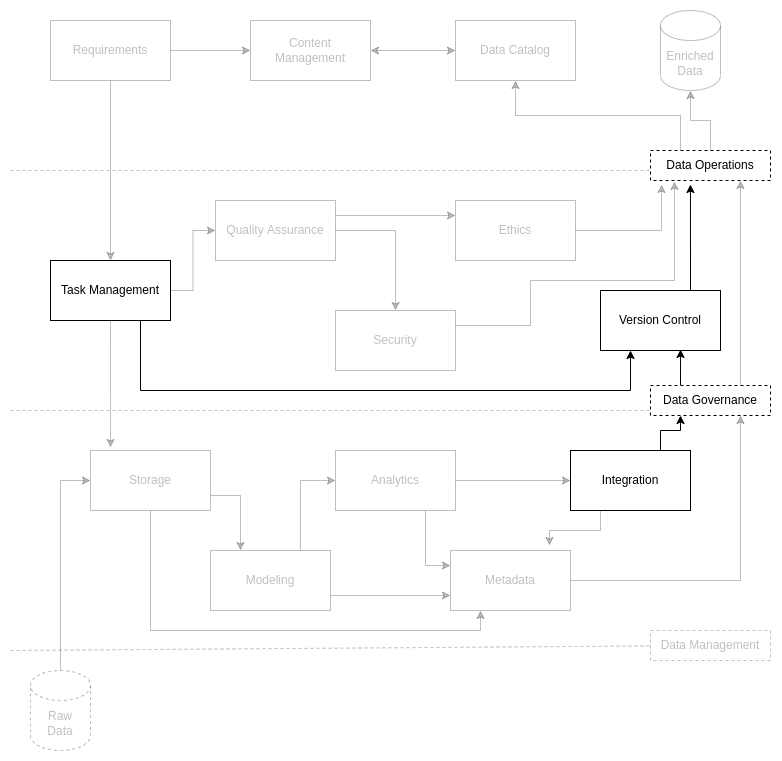
Earlier version of the draw.io export docs/source/static/images/do_overview_vcs.png (CertusGroup/ciutshi). Source tidied: cells renumbered, new cells last; positions are measured from the earlier drawing's top-left corner, leaving out a move shared by most shapes.
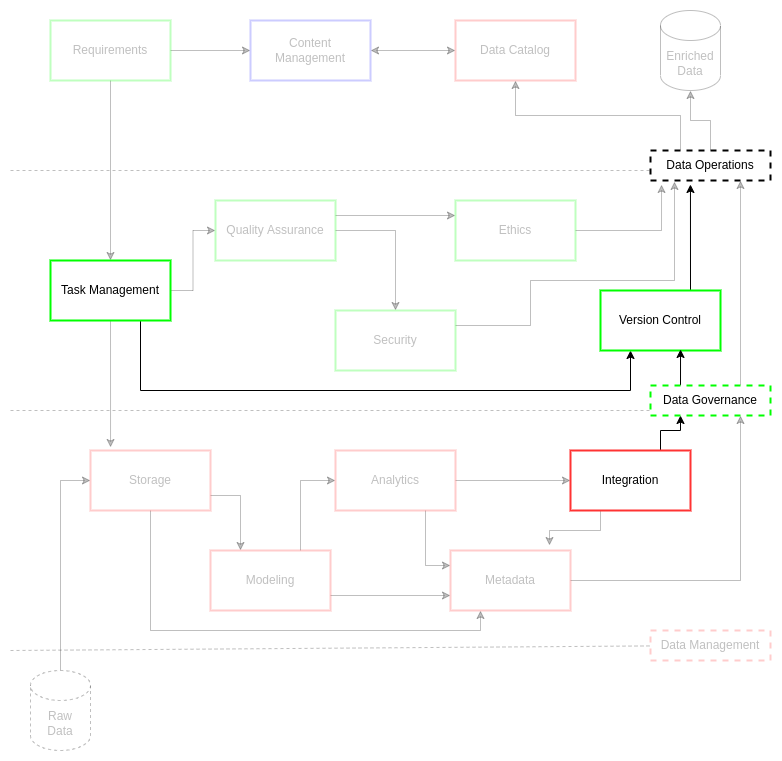
The same diagram one commit later.

Change to the diagram source:
```diff
@@ -20,7 +20,7 @@
     <mxCell id="5" style="edgeStyle=orthogonalEdgeStyle;rounded=0;jettySize=auto;html=1;exitX=0.5;exitY=1;exitDx=0;exitDy=0;entryX=0.25;entryY=1;entryDx=0;entryDy=0;opacity=25;textOpacity=25;" parent="1" edge="1" source="6" target="14">
       <mxGeometry relative="1" as="geometry" />
     </mxCell>
-    <mxCell id="6" value="Storage" style="rounded=0;whiteSpace=wrap;html=1;opacity=25;textOpacity=25;" parent="1" vertex="1">
+    <mxCell id="6" value="Storage" style="rounded=0;whiteSpace=wrap;html=1;strokeWidth=2;strokeColor=#FF3333;opacity=25;textOpacity=25;" parent="1" vertex="1">
       <mxGeometry x="80" y="440" width="120" height="60" as="geometry" />
     </mxCell>
     <mxCell id="7" style="edgeStyle=orthogonalEdgeStyle;rounded=0;jettySize=auto;html=1;exitX=0.75;exitY=0;exitDx=0;exitDy=0;entryX=0;entryY=0.5;entryDx=0;entryDy=0;opacity=25;textOpacity=25;" parent="1" edge="1" source="9" target="12">
@@ -29,7 +29,7 @@
     <mxCell id="8" style="edgeStyle=orthogonalEdgeStyle;rounded=0;jettySize=auto;html=1;exitX=1;exitY=0.75;exitDx=0;exitDy=0;entryX=0;entryY=0.75;entryDx=0;entryDy=0;opacity=25;textOpacity=25;" parent="1" edge="1" source="9" target="14">
       <mxGeometry relative="1" as="geometry" />
     </mxCell>
-    <mxCell id="9" value="Modeling" style="rounded=0;whiteSpace=wrap;html=1;opacity=25;textOpacity=25;" parent="1" vertex="1">
+    <mxCell id="9" value="Modeling" style="rounded=0;whiteSpace=wrap;html=1;strokeWidth=2;strokeColor=#FF3333;opacity=25;textOpacity=25;" parent="1" vertex="1">
       <mxGeometry x="200" y="540" width="120" height="60" as="geometry" />
     </mxCell>
     <mxCell id="10" style="edgeStyle=orthogonalEdgeStyle;rounded=0;jettySize=auto;html=1;exitX=1;exitY=0.5;exitDx=0;exitDy=0;entryX=0;entryY=0.5;entryDx=0;entryDy=0;opacity=25;textOpacity=25;" parent="1" edge="1" source="12" target="17">
@@ -38,13 +38,13 @@
     <mxCell id="11" style="edgeStyle=orthogonalEdgeStyle;rounded=0;jettySize=auto;html=1;exitX=0.75;exitY=1;exitDx=0;exitDy=0;entryX=0;entryY=0.25;entryDx=0;entryDy=0;opacity=25;textOpacity=25;" parent="1" edge="1" source="12" target="14">
       <mxGeometry relative="1" as="geometry" />
     </mxCell>
-    <mxCell id="12" value="Analytics" style="rounded=0;whiteSpace=wrap;html=1;opacity=25;textOpacity=25;" parent="1" vertex="1">
+    <mxCell id="12" value="Analytics" style="rounded=0;whiteSpace=wrap;html=1;strokeWidth=2;strokeColor=#FF3333;opacity=25;textOpacity=25;" parent="1" vertex="1">
       <mxGeometry x="325" y="440" width="120" height="60" as="geometry" />
     </mxCell>
     <mxCell id="13" style="edgeStyle=orthogonalEdgeStyle;rounded=0;jettySize=auto;html=1;exitX=1;exitY=0.5;exitDx=0;exitDy=0;entryX=0.75;entryY=1;entryDx=0;entryDy=0;opacity=25;textOpacity=25;" parent="1" edge="1" source="14" target="38">
       <mxGeometry relative="1" as="geometry" />
     </mxCell>
-    <mxCell id="14" value="Metadata" style="rounded=0;whiteSpace=wrap;html=1;opacity=25;textOpacity=25;" parent="1" vertex="1">
+    <mxCell id="14" value="Metadata" style="rounded=0;whiteSpace=wrap;html=1;strokeWidth=2;strokeColor=#FF3333;opacity=25;textOpacity=25;" parent="1" vertex="1">
       <mxGeometry x="440" y="540" width="120" height="60" as="geometry" />
     </mxCell>
     <mxCell id="15" style="edgeStyle=orthogonalEdgeStyle;rounded=0;jettySize=auto;html=1;exitX=0.25;exitY=1;exitDx=0;exitDy=0;entryX=0.825;entryY=-0.083;entryDx=0;entryDy=0;entryPerimeter=0;opacity=25;textOpacity=25;" parent="1" edge="1" source="17" target="14">
@@ -53,10 +53,10 @@
     <mxCell id="16" style="edgeStyle=orthogonalEdgeStyle;rounded=0;jettySize=auto;html=1;exitX=0.75;exitY=0;exitDx=0;exitDy=0;entryX=0.25;entryY=1;entryDx=0;entryDy=0;" parent="1" edge="1" source="17" target="38">
       <mxGeometry relative="1" as="geometry" />
     </mxCell>
-    <mxCell id="17" value="Integration" style="rounded=0;whiteSpace=wrap;html=1;" parent="1" vertex="1">
+    <mxCell id="17" value="Integration" style="rounded=0;whiteSpace=wrap;html=1;strokeWidth=2;strokeColor=#FF3333;" parent="1" vertex="1">
       <mxGeometry x="560" y="440" width="120" height="60" as="geometry" />
     </mxCell>
-    <mxCell id="18" value="Data Catalog&lt;br&gt;" style="rounded=0;whiteSpace=wrap;html=1;opacity=25;textOpacity=25;" parent="1" vertex="1">
+    <mxCell id="18" value="Data Catalog&lt;br&gt;" style="rounded=0;whiteSpace=wrap;html=1;strokeWidth=2;strokeColor=#FF3333;opacity=25;textOpacity=25;" parent="1" vertex="1">
       <mxGeometry x="445" y="10" width="120" height="60" as="geometry" />
     </mxCell>
     <mxCell id="19" style="edgeStyle=orthogonalEdgeStyle;rounded=0;jettySize=auto;html=1;exitX=0.5;exitY=1;exitDx=0;exitDy=0;entryX=0.5;entryY=0;entryDx=0;entryDy=0;opacity=25;textOpacity=25;" parent="1" edge="1" source="21" target="25">
@@ -65,7 +65,7 @@
     <mxCell id="20" style="edgeStyle=orthogonalEdgeStyle;rounded=0;jettySize=auto;html=1;exitX=1;exitY=0.5;exitDx=0;exitDy=0;entryX=0;entryY=0.5;entryDx=0;entryDy=0;opacity=25;textOpacity=25;" parent="1" edge="1" source="21" target="48">
       <mxGeometry relative="1" as="geometry" />
     </mxCell>
-    <mxCell id="21" value="Requirements" style="rounded=0;whiteSpace=wrap;html=1;opacity=25;textOpacity=25;" parent="1" vertex="1">
+    <mxCell id="21" value="Requirements" style="rounded=0;whiteSpace=wrap;html=1;strokeColor=#00FF00;strokeWidth=2;opacity=25;textOpacity=25;" parent="1" vertex="1">
       <mxGeometry x="40" y="10" width="120" height="60" as="geometry" />
     </mxCell>
     <mxCell id="22" style="edgeStyle=orthogonalEdgeStyle;rounded=0;jettySize=auto;html=1;exitX=1;exitY=0.5;exitDx=0;exitDy=0;entryX=0;entryY=0.5;entryDx=0;entryDy=0;opacity=25;textOpacity=25;" parent="1" edge="1" source="25" target="28">
@@ -82,7 +82,7 @@
     <mxCell id="24" style="edgeStyle=orthogonalEdgeStyle;rounded=0;jettySize=auto;html=1;exitX=0.5;exitY=1;exitDx=0;exitDy=0;entryX=0.167;entryY=-0.05;entryDx=0;entryDy=0;entryPerimeter=0;opacity=25;textOpacity=25;" parent="1" edge="1" source="25" target="6">
       <mxGeometry relative="1" as="geometry" />
     </mxCell>
-    <mxCell id="25" value="Task Management" style="rounded=0;whiteSpace=wrap;html=1;" parent="1" vertex="1">
+    <mxCell id="25" value="Task Management" style="rounded=0;whiteSpace=wrap;html=1;strokeColor=#00FF00;strokeWidth=2;" parent="1" vertex="1">
       <mxGeometry x="40" y="250" width="120" height="60" as="geometry" />
     </mxCell>
     <mxCell id="26" style="edgeStyle=orthogonalEdgeStyle;rounded=0;jettySize=auto;html=1;exitX=1;exitY=0.5;exitDx=0;exitDy=0;entryX=0.5;entryY=0;entryDx=0;entryDy=0;opacity=25;textOpacity=25;" parent="1" edge="1" source="28" target="30">
@@ -91,7 +91,7 @@
     <mxCell id="27" style="edgeStyle=orthogonalEdgeStyle;rounded=0;jettySize=auto;html=1;exitX=1;exitY=0.25;exitDx=0;exitDy=0;entryX=0;entryY=0.25;entryDx=0;entryDy=0;opacity=25;textOpacity=25;" parent="1" edge="1" source="28" target="34">
       <mxGeometry relative="1" as="geometry" />
     </mxCell>
-    <mxCell id="28" value="Quality Assurance" style="rounded=0;whiteSpace=wrap;html=1;opacity=25;textOpacity=25;" parent="1" vertex="1">
+    <mxCell id="28" value="Quality Assurance" style="rounded=0;whiteSpace=wrap;html=1;strokeColor=#00FF00;strokeWidth=2;opacity=25;textOpacity=25;" parent="1" vertex="1">
       <mxGeometry x="205" y="190" width="120" height="60" as="geometry" />
     </mxCell>
     <mxCell id="29" style="edgeStyle=orthogonalEdgeStyle;rounded=0;jettySize=auto;html=1;exitX=1;exitY=0.25;exitDx=0;exitDy=0;entryX=0.2;entryY=1.033;entryDx=0;entryDy=0;entryPerimeter=0;opacity=25;textOpacity=25;" parent="1" edge="1" source="30" target="41">
@@ -103,19 +103,19 @@
         </Array>
       </mxGeometry>
     </mxCell>
-    <mxCell id="30" value="Security" style="rounded=0;whiteSpace=wrap;html=1;opacity=25;textOpacity=25;" parent="1" vertex="1">
+    <mxCell id="30" value="Security" style="rounded=0;whiteSpace=wrap;html=1;strokeColor=#00FF00;strokeWidth=2;opacity=25;textOpacity=25;" parent="1" vertex="1">
       <mxGeometry x="325" y="300" width="120" height="60" as="geometry" />
     </mxCell>
     <mxCell id="31" style="edgeStyle=orthogonalEdgeStyle;rounded=0;jettySize=auto;html=1;exitX=0.75;exitY=0;exitDx=0;exitDy=0;entryX=0.333;entryY=1.133;entryDx=0;entryDy=0;entryPerimeter=0;" parent="1" edge="1" source="32" target="41">
       <mxGeometry relative="1" as="geometry" />
     </mxCell>
-    <mxCell id="32" value="Version Control" style="rounded=0;whiteSpace=wrap;html=1;" parent="1" vertex="1">
+    <mxCell id="32" value="Version Control" style="rounded=0;whiteSpace=wrap;html=1;strokeColor=#00FF00;strokeWidth=2;" parent="1" vertex="1">
       <mxGeometry x="590" y="280" width="120" height="60" as="geometry" />
     </mxCell>
     <mxCell id="33" style="edgeStyle=orthogonalEdgeStyle;rounded=0;jettySize=auto;html=1;exitX=1;exitY=0.5;exitDx=0;exitDy=0;entryX=0.092;entryY=1.133;entryDx=0;entryDy=0;entryPerimeter=0;opacity=25;textOpacity=25;" parent="1" edge="1" source="34" target="41">
       <mxGeometry relative="1" as="geometry" />
     </mxCell>
-    <mxCell id="34" value="Ethics" style="rounded=0;whiteSpace=wrap;html=1;opacity=25;textOpacity=25;" parent="1" vertex="1">
+    <mxCell id="34" value="Ethics" style="rounded=0;whiteSpace=wrap;html=1;strokeColor=#00FF00;strokeWidth=2;opacity=25;textOpacity=25;" parent="1" vertex="1">
       <mxGeometry x="445" y="190" width="120" height="60" as="geometry" />
     </mxCell>
     <mxCell id="35" style="endArrow=none;dashed=1;html=1;rounded=0;startArrow=none;opacity=25;textOpacity=25;" parent="1" edge="1" source="45">
@@ -129,7 +129,7 @@
     <mxCell id="37" style="edgeStyle=orthogonalEdgeStyle;rounded=0;jettySize=auto;html=1;exitX=0.75;exitY=0;exitDx=0;exitDy=0;entryX=0.75;entryY=1;entryDx=0;entryDy=0;opacity=25;textOpacity=25;" parent="1" edge="1" source="38" target="41">
       <mxGeometry relative="1" as="geometry" />
     </mxCell>
-    <mxCell id="38" value="Data Governance" style="rounded=0;whiteSpace=wrap;html=1;dashed=1;" parent="1" vertex="1">
+    <mxCell id="38" value="Data Governance" style="rounded=0;whiteSpace=wrap;html=1;dashed=1;strokeColor=#00FF00;strokeWidth=2;" parent="1" vertex="1">
       <mxGeometry x="640" y="375" width="120" height="30" as="geometry" />
     </mxCell>
     <mxCell id="39" style="edgeStyle=orthogonalEdgeStyle;rounded=0;jettySize=auto;html=1;exitX=0.5;exitY=0;exitDx=0;exitDy=0;entryX=0.5;entryY=1;entryDx=0;entryDy=0;entryPerimeter=0;opacity=25;textOpacity=25;" parent="1" edge="1" source="41" target="44">
@@ -138,7 +138,7 @@
     <mxCell id="40" style="edgeStyle=orthogonalEdgeStyle;rounded=0;jettySize=auto;html=1;exitX=0.25;exitY=0;exitDx=0;exitDy=0;entryX=0.5;entryY=1;entryDx=0;entryDy=0;opacity=25;textOpacity=25;" parent="1" edge="1" source="41" target="18">
       <mxGeometry relative="1" as="geometry" />
     </mxCell>
-    <mxCell id="41" value="Data Operations" style="rounded=0;whiteSpace=wrap;html=1;dashed=1;" parent="1" vertex="1">
+    <mxCell id="41" value="Data Operations" style="rounded=0;whiteSpace=wrap;html=1;dashed=1;strokeWidth=2;" parent="1" vertex="1">
       <mxGeometry x="640" y="140" width="120" height="30" as="geometry" />
     </mxCell>
     <mxCell id="42" style="edgeStyle=orthogonalEdgeStyle;rounded=0;jettySize=auto;html=1;exitX=0.5;exitY=0;exitDx=0;exitDy=0;exitPerimeter=0;entryX=0;entryY=0.5;entryDx=0;entryDy=0;opacity=25;textOpacity=25;" parent="1" edge="1" source="43" target="6">
@@ -150,7 +150,7 @@
     <mxCell id="44" value="Enriched&lt;br&gt;Data" style="shape=cylinder3;whiteSpace=wrap;html=1;boundedLbl=1;backgroundOutline=1;size=15;opacity=25;textOpacity=25;" parent="1" vertex="1">
       <mxGeometry x="650" width="60" height="80" as="geometry" />
     </mxCell>
-    <mxCell id="45" value="Data Management&lt;br&gt;" style="rounded=0;whiteSpace=wrap;html=1;dashed=1;opacity=25;textOpacity=25;" parent="1" vertex="1">
+    <mxCell id="45" value="Data Management&lt;br&gt;" style="rounded=0;whiteSpace=wrap;html=1;dashed=1;strokeWidth=2;strokeColor=#FF3333;opacity=25;textOpacity=25;" parent="1" vertex="1">
       <mxGeometry x="640" y="620" width="120" height="30" as="geometry" />
     </mxCell>
     <mxCell id="46" style="endArrow=none;dashed=1;html=1;rounded=0;opacity=25;textOpacity=25;" parent="1" edge="1" target="45">
@@ -161,7 +161,7 @@
     <mxCell id="47" style="edgeStyle=orthogonalEdgeStyle;rounded=0;jettySize=auto;html=1;exitX=1;exitY=0.5;exitDx=0;exitDy=0;entryX=0;entryY=0.5;entryDx=0;entryDy=0;startArrow=classic;startFill=1;opacity=25;textOpacity=25;" parent="1" edge="1" source="48" target="18">
       <mxGeometry relative="1" as="geometry" />
     </mxCell>
-    <mxCell id="48" value="Content&lt;br&gt;Management" style="rounded=0;whiteSpace=wrap;html=1;opacity=25;textOpacity=25;" parent="1" vertex="1">
+    <mxCell id="48" value="Content&lt;br&gt;Management" style="rounded=0;whiteSpace=wrap;html=1;strokeColor=#3333FF;strokeWidth=2;opacity=25;textOpacity=25;" parent="1" vertex="1">
       <mxGeometry x="240" y="10" width="120" height="60" as="geometry" />
     </mxCell>
   </root>
```
